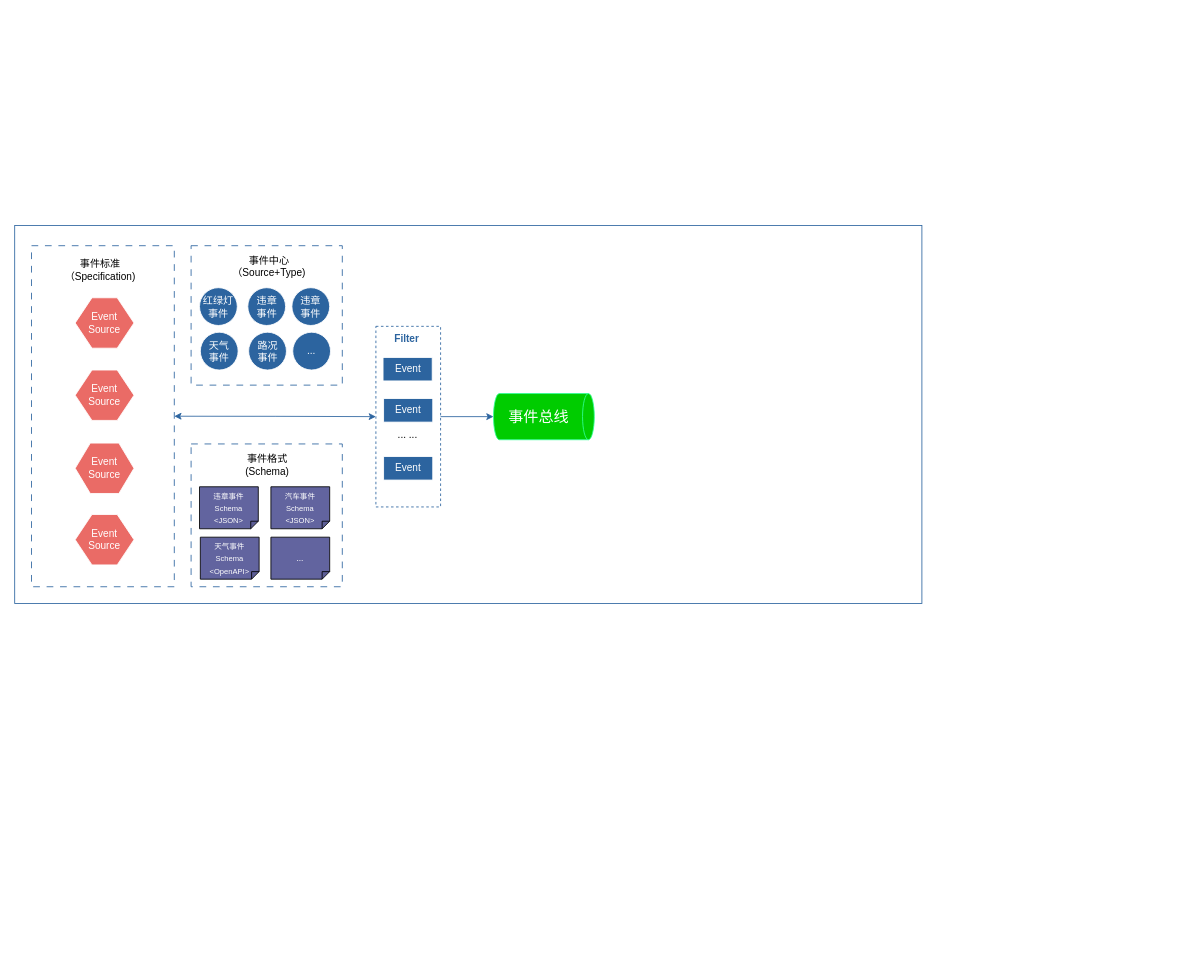
Above: 事件中心SDK.drawio in qiangyin/zipkin-server (draw.io), before the change. Source tidied: cells renumbered, new cells numbered last; positions are measured from the earlier drawing's top-left corner, leaving out a move shared by most shapes. Both pictures are drawn from the tidied source at 84%, with x=0, y=0 at pixel (14, 225).
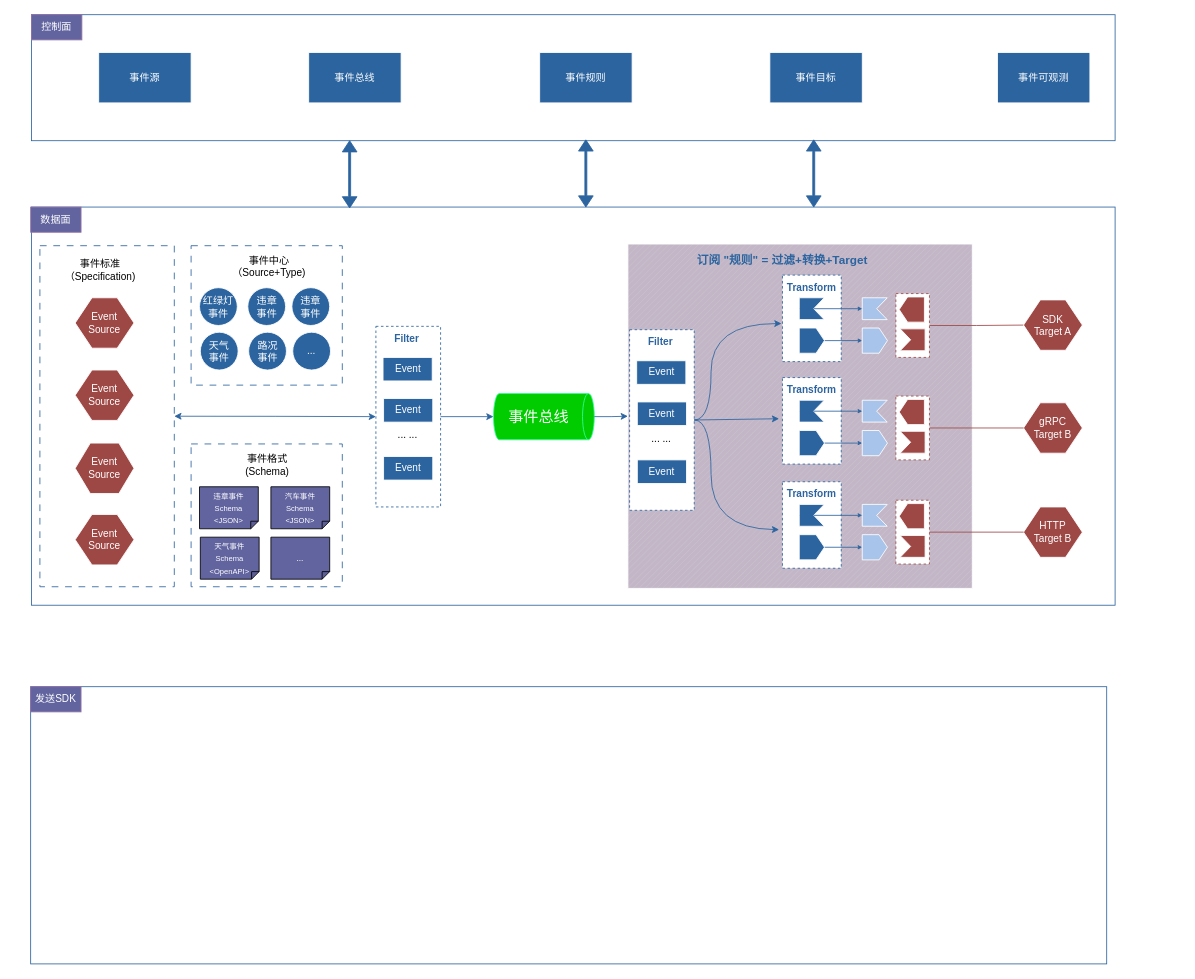
Above is the later version.

Commit message:
更新事件中心SDK.drawio

Unchanged cells that the change refers to:
```xml
<mxCell id="8" value="&lt;font style=&quot;font-size: 18px;&quot; color=&quot;#ffffff&quot;&gt;事件总线&lt;/font&gt;" style="shape=cylinder3;whiteSpace=wrap;html=1;boundedLbl=1;backgroundOutline=1;size=7;direction=south;fillColor=#00CC00;strokeColor=#33FF99;" parent="1" vertex="1">
  <mxGeometry x="570" y="200" width="120" height="55" as="geometry" />
</mxCell>
```

Diff of the diagram source:
```diff
@@
-    <mxCell id="2" style="rounded=0;whiteSpace=wrap;html=1;strokeColor=#2C649F;perimeterSpacing=0;strokeWidth=1;" parent="1" vertex="1">
-      <mxGeometry width="1080" height="450" as="geometry" />
-    </mxCell>
+    <mxCell id="32" style="rounded=0;whiteSpace=wrap;html=1;strokeColor=#2C649F;" parent="1" vertex="1">
+      <mxGeometry x="20" y="-22" width="1290" height="474" as="geometry" />
+    </mxCell>
+    <mxCell id="33" style="verticalLabelPosition=bottom;verticalAlign=top;html=1;shape=mxgraph.basic.patternFillRect;fillStyle=diag;step=5;fillStrokeWidth=0.2;fillStrokeColor=#dddddd;fillColor=#C3B7C7;strokeColor=#FFFFFF;" parent="1" vertex="1">
+      <mxGeometry x="730" y="22" width="410" height="410" as="geometry" />
+    </mxCell>
@@
     <mxCell id="4" style="rounded=0;whiteSpace=wrap;html=1;dashed=1;dashPattern=8 8;strokeColor=#2C649F;" parent="1" vertex="1">
-      <mxGeometry x="20" y="24" width="170" height="406" as="geometry" />
+      <mxGeometry x="30" y="24" width="160" height="406" as="geometry" />
     </mxCell>
-    <mxCell id="5" value="&lt;font color=&quot;#ffffff&quot;&gt;Event&lt;br&gt;Source&lt;/font&gt;" style="shape=hexagon;perimeter=hexagonPerimeter2;whiteSpace=wrap;html=1;fixedSize=1;fillColor=#EA6B66;strokeColor=#FFFFFF;" parent="1" vertex="1">
+    <mxCell id="5" value="&lt;font color=&quot;#ffffff&quot;&gt;Event&lt;br&gt;Source&lt;/font&gt;" style="shape=hexagon;perimeter=hexagonPerimeter2;whiteSpace=wrap;html=1;fixedSize=1;fillColor=#9E4846;strokeColor=#FFFFFF;" parent="1" vertex="1">
       <mxGeometry x="72" y="86" width="70" height="60" as="geometry" />
     </mxCell>
-    <mxCell id="6" value="&lt;font color=&quot;#ffffff&quot;&gt;Event&lt;br&gt;Source&lt;/font&gt;" style="shape=hexagon;perimeter=hexagonPerimeter2;whiteSpace=wrap;html=1;fixedSize=1;fillColor=#EA6B66;strokeColor=#FFFFFF;" parent="1" vertex="1">
+    <mxCell id="6" value="&lt;font color=&quot;#ffffff&quot;&gt;Event&lt;br&gt;Source&lt;/font&gt;" style="shape=hexagon;perimeter=hexagonPerimeter2;whiteSpace=wrap;html=1;fixedSize=1;fillColor=#9E4846;strokeColor=#FFFFFF;" parent="1" vertex="1">
       <mxGeometry x="72" y="172" width="70" height="60" as="geometry" />
     </mxCell>
-    <mxCell id="7" value="&lt;font color=&quot;#ffffff&quot;&gt;Event&lt;br&gt;Source&lt;/font&gt;" style="shape=hexagon;perimeter=hexagonPerimeter2;whiteSpace=wrap;html=1;fixedSize=1;fillColor=#EA6B66;strokeColor=#FFFFFF;" parent="1" vertex="1">
+    <mxCell id="7" value="&lt;font color=&quot;#ffffff&quot;&gt;Event&lt;br&gt;Source&lt;/font&gt;" style="shape=hexagon;perimeter=hexagonPerimeter2;whiteSpace=wrap;html=1;fixedSize=1;fillColor=#9E4846;strokeColor=#FFFFFF;" parent="1" vertex="1">
       <mxGeometry x="72" y="344" width="70" height="60" as="geometry" />
     </mxCell>
@@
-    <mxCell id="30" value="&lt;font color=&quot;#ffffff&quot;&gt;Event&lt;br&gt;Source&lt;/font&gt;" style="shape=hexagon;perimeter=hexagonPerimeter2;whiteSpace=wrap;html=1;fixedSize=1;fillColor=#EA6B66;strokeColor=#FFFFFF;size=18;" parent="1" vertex="1">
+    <mxCell id="30" value="&lt;font color=&quot;#ffffff&quot;&gt;Event&lt;br&gt;Source&lt;/font&gt;" style="shape=hexagon;perimeter=hexagonPerimeter2;whiteSpace=wrap;html=1;fixedSize=1;fillColor=#9E4846;strokeColor=#FFFFFF;size=18;" parent="1" vertex="1">
       <mxGeometry x="72" y="259" width="70" height="60" as="geometry" />
     </mxCell>
@@
+    <mxCell id="34" style="rounded=0;whiteSpace=wrap;html=1;dashed=1;strokeColor=#2C649F;" parent="1" vertex="1">
+      <mxGeometry x="732" y="124" width="77" height="215" as="geometry" />
+    </mxCell>
+    <mxCell id="35" value="&lt;font color=&quot;#ffffff&quot;&gt;Event&lt;/font&gt;" style="rounded=0;whiteSpace=wrap;html=1;fillColor=#2C649F;strokeColor=#FFFFFF;" parent="1" vertex="1">
+      <mxGeometry x="740.5" y="161" width="58.5" height="28" as="geometry" />
+    </mxCell>
+    <mxCell id="36" value="&lt;font color=&quot;#ffffff&quot;&gt;Event&lt;/font&gt;" style="rounded=0;whiteSpace=wrap;html=1;fillColor=#2C649F;strokeColor=#FFFFFF;" parent="1" vertex="1">
+      <mxGeometry x="741.2" y="210" width="58.5" height="28" as="geometry" />
+    </mxCell>
+    <mxCell id="37" value="&lt;font color=&quot;#ffffff&quot;&gt;Event&lt;/font&gt;" style="rounded=0;whiteSpace=wrap;html=1;fillColor=#2C649F;strokeColor=#FFFFFF;" parent="1" vertex="1">
+      <mxGeometry x="741.2" y="279" width="58.5" height="28" as="geometry" />
+    </mxCell>
+    <mxCell id="38" value="... ..." style="text;html=1;align=center;verticalAlign=middle;whiteSpace=wrap;rounded=0;" parent="1" vertex="1">
+      <mxGeometry x="740" y="239" width="60" height="30" as="geometry" />
+    </mxCell>
+    <mxCell id="39" value="&lt;font color=&quot;#2c649f&quot;&gt;&lt;b&gt;Filter&lt;/b&gt;&lt;/font&gt;" style="text;html=1;align=center;verticalAlign=middle;whiteSpace=wrap;rounded=0;" parent="1" vertex="1">
+      <mxGeometry x="739" y="124" width="60" height="30" as="geometry" />
+    </mxCell>
+    <mxCell id="40" style="rounded=0;whiteSpace=wrap;html=1;dashed=1;strokeColor=#2C649F;" parent="1" vertex="1">
+      <mxGeometry x="914" y="59" width="70" height="103" as="geometry" />
+    </mxCell>
+    <mxCell id="41" value="&lt;font color=&quot;#2c649f&quot;&gt;&lt;b&gt;Transform&lt;/b&gt;&lt;/font&gt;" style="text;html=1;align=center;verticalAlign=middle;whiteSpace=wrap;rounded=0;" parent="1" vertex="1">
+      <mxGeometry x="919" y="59" width="60" height="30" as="geometry" />
+    </mxCell>
+    <mxCell id="42" style="edgeStyle=orthogonalEdgeStyle;rounded=0;jettySize=auto;html=1;exitX=0.5;exitY=1;exitDx=0;exitDy=0;entryX=0.5;entryY=0;entryDx=0;entryDy=0;strokeColor=#2C649F;endSize=3;" parent="1" edge="1" source="43" target="45">
+      <mxGeometry relative="1" as="geometry" />
+    </mxCell>
+    <mxCell id="43" style="shape=offPageConnector;whiteSpace=wrap;html=1;direction=north;size=0.3333333333333333;fillColor=#2C649F;strokeColor=#FFFFFF;" parent="1" vertex="1">
+      <mxGeometry x="934" y="122" width="30" height="30" as="geometry" />
+    </mxCell>
+    <mxCell id="44" style="html=1;shadow=0;dashed=0;align=center;verticalAlign=middle;shape=mxgraph.arrows2.arrow;dy=0;dx=0;notch=12.55;direction=west;fillColor=#2C649F;strokeColor=#FFFFFF;" parent="1" vertex="1">
+      <mxGeometry x="934" y="86" width="29.7" height="26" as="geometry" />
+    </mxCell>
+    <mxCell id="45" style="shape=offPageConnector;whiteSpace=wrap;html=1;direction=north;size=0.3333333333333333;fillColor=#A9C4EB;strokeColor=#FFFFFF;" parent="1" vertex="1">
+      <mxGeometry x="1009" y="122" width="30" height="30" as="geometry" />
+    </mxCell>
+    <mxCell id="46" style="html=1;shadow=0;dashed=0;align=center;verticalAlign=middle;shape=mxgraph.arrows2.arrow;dy=0;dx=0;notch=12.55;direction=west;fillColor=#A9C4EB;strokeColor=#FFFFFF;" parent="1" vertex="1">
+      <mxGeometry x="1009" y="86" width="29.7" height="26" as="geometry" />
+    </mxCell>
+    <mxCell id="47" style="edgeStyle=orthogonalEdgeStyle;rounded=0;jettySize=auto;html=1;exitX=1;exitY=0.5;exitDx=0;exitDy=0;entryX=0;entryY=0.5;entryDx=0;entryDy=0;endArrow=none;endFill=0;strokeColor=#9E4846;" parent="1" edge="1" source="48" target="51">
+      <mxGeometry relative="1" as="geometry" />
+    </mxCell>
+    <mxCell id="48" style="rounded=0;whiteSpace=wrap;html=1;dashed=1;strokeColor=#9E4846;" parent="1" vertex="1">
+      <mxGeometry x="1049" y="81" width="40" height="76" as="geometry" />
+    </mxCell>
+    <mxCell id="49" style="shape=offPageConnector;whiteSpace=wrap;html=1;direction=south;size=0.3333333333333333;fillColor=#9E4846;strokeColor=#FFFFFF;" parent="1" vertex="1">
+      <mxGeometry x="1053" y="85" width="30" height="30" as="geometry" />
+    </mxCell>
+    <mxCell id="50" style="html=1;shadow=0;dashed=0;align=center;verticalAlign=middle;shape=mxgraph.arrows2.arrow;dy=0;dx=0;notch=12.55;direction=east;fillColor=#9E4846;strokeColor=#FFFFFF;" parent="1" vertex="1">
+      <mxGeometry x="1054.1" y="123" width="29.7" height="26" as="geometry" />
+    </mxCell>
+    <mxCell id="51" value="&lt;font color=&quot;#ffffff&quot;&gt;SDK&lt;/font&gt;&lt;div&gt;&lt;font color=&quot;#ffffff&quot;&gt;Target A&lt;/font&gt;&lt;/div&gt;" style="shape=hexagon;perimeter=hexagonPerimeter2;whiteSpace=wrap;html=1;fixedSize=1;fillColor=#9E4846;strokeColor=#FFFFFF;" parent="1" vertex="1">
+      <mxGeometry x="1201" y="88.5" width="70" height="60" as="geometry" />
+    </mxCell>
+    <mxCell id="52" value="&lt;font color=&quot;#ffffff&quot;&gt;gRPC&lt;br&gt;Target B&lt;/font&gt;" style="shape=hexagon;perimeter=hexagonPerimeter2;whiteSpace=wrap;html=1;fixedSize=1;fillColor=#9E4846;strokeColor=#FFFFFF;" parent="1" vertex="1">
+      <mxGeometry x="1201" y="211" width="70" height="60" as="geometry" />
+    </mxCell>
+    <mxCell id="53" value="&lt;font color=&quot;#ffffff&quot;&gt;HTTP&lt;br&gt;Target B&lt;/font&gt;" style="shape=hexagon;perimeter=hexagonPerimeter2;whiteSpace=wrap;html=1;fixedSize=1;fillColor=#9E4846;strokeColor=#FFFFFF;" parent="1" vertex="1">
+      <mxGeometry x="1201" y="335" width="70" height="60" as="geometry" />
+    </mxCell>
+    <mxCell id="54" style="edgeStyle=orthogonalEdgeStyle;rounded=0;jettySize=auto;html=1;exitX=0;exitY=0.5;exitDx=12.55;exitDy=0;exitPerimeter=0;entryX=1;entryY=0.5;entryDx=0;entryDy=0;entryPerimeter=0;strokeColor=#2C649F;endSize=3;" parent="1" edge="1" source="44" target="46">
+      <mxGeometry relative="1" as="geometry" />
+    </mxCell>
+    <mxCell id="55" style="rounded=0;whiteSpace=wrap;html=1;dashed=1;strokeColor=#2C649F;" parent="1" vertex="1">
+      <mxGeometry x="914" y="181" width="70" height="103" as="geometry" />
+    </mxCell>
+    <mxCell id="56" value="&lt;font color=&quot;#2c649f&quot;&gt;&lt;b&gt;Transform&lt;/b&gt;&lt;/font&gt;" style="text;html=1;align=center;verticalAlign=middle;whiteSpace=wrap;rounded=0;" parent="1" vertex="1">
+      <mxGeometry x="919" y="181" width="60" height="30" as="geometry" />
+    </mxCell>
+    <mxCell id="57" style="edgeStyle=orthogonalEdgeStyle;rounded=0;jettySize=auto;html=1;exitX=0.5;exitY=1;exitDx=0;exitDy=0;entryX=0.5;entryY=0;entryDx=0;entryDy=0;strokeColor=#2C649F;endSize=3;" parent="1" edge="1" source="58" target="60">
+      <mxGeometry relative="1" as="geometry" />
+    </mxCell>
+    <mxCell id="58" style="shape=offPageConnector;whiteSpace=wrap;html=1;direction=north;size=0.3333333333333333;fillColor=#2C649F;strokeColor=#FFFFFF;" parent="1" vertex="1">
+      <mxGeometry x="934" y="244" width="30" height="30" as="geometry" />
+    </mxCell>
+    <mxCell id="59" style="html=1;shadow=0;dashed=0;align=center;verticalAlign=middle;shape=mxgraph.arrows2.arrow;dy=0;dx=0;notch=12.55;direction=west;fillColor=#2C649F;strokeColor=#FFFFFF;" parent="1" vertex="1">
+      <mxGeometry x="934" y="208" width="29.7" height="26" as="geometry" />
+    </mxCell>
+    <mxCell id="60" style="shape=offPageConnector;whiteSpace=wrap;html=1;direction=north;size=0.3333333333333333;fillColor=#A9C4EB;strokeColor=#FFFFFF;" parent="1" vertex="1">
+      <mxGeometry x="1009" y="244" width="30" height="30" as="geometry" />
+    </mxCell>
+    <mxCell id="61" style="html=1;shadow=0;dashed=0;align=center;verticalAlign=middle;shape=mxgraph.arrows2.arrow;dy=0;dx=0;notch=12.55;direction=west;fillColor=#A9C4EB;strokeColor=#FFFFFF;" parent="1" vertex="1">
+      <mxGeometry x="1009" y="208" width="29.7" height="26" as="geometry" />
+    </mxCell>
+    <mxCell id="62" style="edgeStyle=orthogonalEdgeStyle;rounded=0;jettySize=auto;html=1;exitX=1;exitY=0.5;exitDx=0;exitDy=0;entryX=0;entryY=0.5;entryDx=0;entryDy=0;endArrow=none;endFill=0;strokeColor=#9E4846;" parent="1" edge="1" source="63" target="52">
+      <mxGeometry relative="1" as="geometry" />
+    </mxCell>
+    <mxCell id="63" style="rounded=0;whiteSpace=wrap;html=1;dashed=1;strokeColor=#9E4846;" parent="1" vertex="1">
+      <mxGeometry x="1049" y="203" width="40" height="76" as="geometry" />
+    </mxCell>
+    <mxCell id="64" style="shape=offPageConnector;whiteSpace=wrap;html=1;direction=south;size=0.3333333333333333;fillColor=#9E4846;strokeColor=#FFFFFF;" parent="1" vertex="1">
+      <mxGeometry x="1053" y="207" width="30" height="30" as="geometry" />
+    </mxCell>
+    <mxCell id="65" style="html=1;shadow=0;dashed=0;align=center;verticalAlign=middle;shape=mxgraph.arrows2.arrow;dy=0;dx=0;notch=12.55;direction=east;fillColor=#9E4846;strokeColor=#FFFFFF;" parent="1" vertex="1">
+      <mxGeometry x="1054.1" y="245" width="29.7" height="26" as="geometry" />
+    </mxCell>
+    <mxCell id="66" style="edgeStyle=orthogonalEdgeStyle;rounded=0;jettySize=auto;html=1;exitX=0;exitY=0.5;exitDx=12.55;exitDy=0;exitPerimeter=0;entryX=1;entryY=0.5;entryDx=0;entryDy=0;entryPerimeter=0;strokeColor=#2C649F;endSize=3;" parent="1" edge="1" source="59" target="61">
+      <mxGeometry relative="1" as="geometry" />
+    </mxCell>
+    <mxCell id="67" value="&lt;font style=&quot;font-size: 14px;&quot; color=&quot;#2c649f&quot;&gt;&lt;b&gt;订阅 &quot;规则&quot; = 过滤+转换+Target&lt;/b&gt;&lt;/font&gt;" style="text;html=1;align=center;verticalAlign=middle;whiteSpace=wrap;rounded=0;" parent="1" vertex="1">
+      <mxGeometry x="789" y="26" width="250" height="30" as="geometry" />
+    </mxCell>
+    <mxCell id="68" style="rounded=0;whiteSpace=wrap;html=1;dashed=1;strokeColor=#2C649F;" parent="1" vertex="1">
+      <mxGeometry x="914" y="305" width="70" height="103" as="geometry" />
+    </mxCell>
+    <mxCell id="69" value="&lt;font color=&quot;#2c649f&quot;&gt;&lt;b&gt;Transform&lt;/b&gt;&lt;/font&gt;" style="text;html=1;align=center;verticalAlign=middle;whiteSpace=wrap;rounded=0;" parent="1" vertex="1">
+      <mxGeometry x="919" y="305" width="60" height="30" as="geometry" />
+    </mxCell>
+    <mxCell id="70" style="edgeStyle=orthogonalEdgeStyle;rounded=0;jettySize=auto;html=1;exitX=0.5;exitY=1;exitDx=0;exitDy=0;entryX=0.5;entryY=0;entryDx=0;entryDy=0;strokeColor=#2C649F;endSize=3;" parent="1" edge="1" source="71" target="73">
+      <mxGeometry relative="1" as="geometry" />
+    </mxCell>
+    <mxCell id="71" style="shape=offPageConnector;whiteSpace=wrap;html=1;direction=north;size=0.3333333333333333;fillColor=#2C649F;strokeColor=#FFFFFF;" parent="1" vertex="1">
+      <mxGeometry x="934" y="368" width="30" height="30" as="geometry" />
+    </mxCell>
+    <mxCell id="72" style="html=1;shadow=0;dashed=0;align=center;verticalAlign=middle;shape=mxgraph.arrows2.arrow;dy=0;dx=0;notch=12.55;direction=west;fillColor=#2C649F;strokeColor=#FFFFFF;" parent="1" vertex="1">
+      <mxGeometry x="934" y="332" width="29.7" height="26" as="geometry" />
+    </mxCell>
+    <mxCell id="73" style="shape=offPageConnector;whiteSpace=wrap;html=1;direction=north;size=0.3333333333333333;fillColor=#A9C4EB;strokeColor=#FFFFFF;" parent="1" vertex="1">
+      <mxGeometry x="1009" y="368" width="30" height="30" as="geometry" />
+    </mxCell>
+    <mxCell id="74" style="html=1;shadow=0;dashed=0;align=center;verticalAlign=middle;shape=mxgraph.arrows2.arrow;dy=0;dx=0;notch=12.55;direction=west;fillColor=#A9C4EB;strokeColor=#FFFFFF;" parent="1" vertex="1">
+      <mxGeometry x="1009" y="332" width="29.7" height="26" as="geometry" />
+    </mxCell>
+    <mxCell id="75" style="edgeStyle=orthogonalEdgeStyle;rounded=0;jettySize=auto;html=1;exitX=1;exitY=0.5;exitDx=0;exitDy=0;entryX=0;entryY=0.5;entryDx=0;entryDy=0;endArrow=none;endFill=0;strokeColor=#9E4846;" parent="1" edge="1" source="76" target="53">
+      <mxGeometry relative="1" as="geometry" />
+    </mxCell>
+    <mxCell id="76" style="rounded=0;whiteSpace=wrap;html=1;dashed=1;strokeColor=#9E4846;" parent="1" vertex="1">
+      <mxGeometry x="1049" y="327" width="40" height="76" as="geometry" />
+    </mxCell>
+    <mxCell id="77" style="shape=offPageConnector;whiteSpace=wrap;html=1;direction=south;size=0.3333333333333333;fillColor=#9E4846;strokeColor=#FFFFFF;" parent="1" vertex="1">
+      <mxGeometry x="1053" y="331" width="30" height="30" as="geometry" />
+    </mxCell>
+    <mxCell id="78" style="html=1;shadow=0;dashed=0;align=center;verticalAlign=middle;shape=mxgraph.arrows2.arrow;dy=0;dx=0;notch=12.55;direction=east;fillColor=#9E4846;strokeColor=#FFFFFF;" parent="1" vertex="1">
+      <mxGeometry x="1054.1" y="369" width="29.7" height="26" as="geometry" />
+    </mxCell>
+    <mxCell id="79" style="edgeStyle=orthogonalEdgeStyle;rounded=0;jettySize=auto;html=1;exitX=0;exitY=0.5;exitDx=12.55;exitDy=0;exitPerimeter=0;entryX=1;entryY=0.5;entryDx=0;entryDy=0;entryPerimeter=0;strokeColor=#2C649F;endSize=3;" parent="1" edge="1" source="72" target="74">
+      <mxGeometry relative="1" as="geometry" />
+    </mxCell>
+    <mxCell id="80" style="rounded=0;whiteSpace=wrap;html=1;strokeColor=#2C649F;" parent="1" vertex="1">
+      <mxGeometry x="20" y="-251" width="1290" height="150" as="geometry" />
+    </mxCell>
+    <mxCell id="81" style="edgeStyle=orthogonalEdgeStyle;rounded=0;jettySize=auto;html=1;exitX=0.5;exitY=0;exitDx=0;exitDy=0;exitPerimeter=0;entryX=0;entryY=0.5;entryDx=0;entryDy=0;entryPerimeter=0;strokeColor=#2C649F;" parent="1" edge="1" source="8" target="33">
+      <mxGeometry relative="1" as="geometry" />
+    </mxCell>
+    <mxCell id="82" style="edgeStyle=orthogonalEdgeStyle;rounded=0;jettySize=auto;html=1;exitX=1;exitY=0.5;exitDx=0;exitDy=0;entryX=0.446;entryY=0.231;entryDx=0;entryDy=0;entryPerimeter=0;curved=1;strokeColor=#2C649F;" parent="1" edge="1" source="34" target="33">
+      <mxGeometry relative="1" as="geometry">
+        <Array as="points">
+          <mxPoint x="829" y="231" />
+          <mxPoint x="829" y="117" />
+        </Array>
+      </mxGeometry>
+    </mxCell>
+    <mxCell id="83" style="edgeStyle=orthogonalEdgeStyle;rounded=0;jettySize=auto;html=1;exitX=1;exitY=0.5;exitDx=0;exitDy=0;curved=1;strokeColor=#2C649F;" parent="1" edge="1" source="34">
+      <mxGeometry relative="1" as="geometry">
+        <mxPoint x="910" y="362" as="targetPoint" />
+        <Array as="points">
+          <mxPoint x="829" y="231" />
+          <mxPoint x="829" y="361" />
+          <mxPoint x="910" y="361" />
+        </Array>
+      </mxGeometry>
+    </mxCell>
+    <mxCell id="84" style="edgeStyle=none;rounded=0;jettySize=auto;html=1;exitX=1;exitY=0.5;exitDx=0;exitDy=0;strokeColor=#2C649F;" parent="1" edge="1" source="34">
+      <mxGeometry relative="1" as="geometry">
+        <mxPoint x="910" y="230" as="targetPoint" />
+      </mxGeometry>
+    </mxCell>
+    <mxCell id="85" value="&lt;font color=&quot;#ffffff&quot;&gt;事件源&lt;/font&gt;" style="rounded=0;whiteSpace=wrap;html=1;fillColor=#2C649F;strokeColor=#FFFFFF;" parent="1" vertex="1">
+      <mxGeometry x="100" y="-206" width="110" height="60" as="geometry" />
+    </mxCell>
+    <mxCell id="86" value="&lt;font color=&quot;#ffffff&quot;&gt;事件总线&lt;/font&gt;" style="rounded=0;whiteSpace=wrap;html=1;fillColor=#2C649F;strokeColor=#FFFFFF;" parent="1" vertex="1">
+      <mxGeometry x="350" y="-206" width="110" height="60" as="geometry" />
+    </mxCell>
+    <mxCell id="87" value="&lt;font color=&quot;#ffffff&quot;&gt;事件规则&lt;/font&gt;" style="rounded=0;whiteSpace=wrap;html=1;fillColor=#2C649F;strokeColor=#FFFFFF;" parent="1" vertex="1">
+      <mxGeometry x="625" y="-206" width="110" height="60" as="geometry" />
+    </mxCell>
+    <mxCell id="88" value="&lt;font color=&quot;#ffffff&quot;&gt;事件目标&lt;/font&gt;" style="rounded=0;whiteSpace=wrap;html=1;fillColor=#2C649F;strokeColor=#FFFFFF;" parent="1" vertex="1">
+      <mxGeometry x="899" y="-206" width="110" height="60" as="geometry" />
+    </mxCell>
+    <mxCell id="89" style="edgeStyle=none;rounded=0;orthogonalLoop=1;jettySize=auto;html=1;exitX=1;exitY=0.5;exitDx=0;exitDy=0;" parent="1" edge="1">
+      <mxGeometry relative="1" as="geometry">
+        <mxPoint x="1380" y="172" as="sourcePoint" />
+        <mxPoint x="1380" y="172" as="targetPoint" />
+      </mxGeometry>
+    </mxCell>
+    <mxCell id="90" value="&lt;font color=&quot;#ffffff&quot;&gt;控制面&lt;/font&gt;" style="text;html=1;align=center;verticalAlign=middle;whiteSpace=wrap;rounded=0;fillColor=#62649F;strokeColor=#9673a6;" parent="1" vertex="1">
+      <mxGeometry x="20" y="-251" width="60" height="30" as="geometry" />
+    </mxCell>
+    <mxCell id="91" value="&lt;font color=&quot;#ffffff&quot;&gt;事件可观测&lt;/font&gt;" style="rounded=0;whiteSpace=wrap;html=1;fillColor=#2C649F;strokeColor=#FFFFFF;" parent="1" vertex="1">
+      <mxGeometry x="1170" y="-206" width="110" height="60" as="geometry" />
+    </mxCell>
+    <mxCell id="92" value="&lt;font color=&quot;#ffffff&quot;&gt;数据面&lt;/font&gt;" style="text;html=1;align=center;verticalAlign=middle;whiteSpace=wrap;rounded=0;fillColor=#62649F;strokeColor=#9673a6;" parent="1" vertex="1">
+      <mxGeometry x="19" y="-22" width="60" height="30" as="geometry" />
+    </mxCell>
+    <mxCell id="93" style="shape=doubleArrow;whiteSpace=wrap;html=1;direction=south;arrowWidth=0.13333333333333713;arrowSize=0.16666666666666713;strokeColor=#2C649F;fillColor=#2C649F;" parent="1" vertex="1">
+      <mxGeometry x="942.5" y="-102" width="17.5" height="80" as="geometry" />
+    </mxCell>
+    <mxCell id="94" style="shape=doubleArrow;whiteSpace=wrap;html=1;direction=south;arrowWidth=0.13333333333333713;arrowSize=0.16666666666666713;strokeColor=#2C649F;fillColor=#2C649F;" parent="1" vertex="1">
+      <mxGeometry x="671.2" y="-102" width="17.5" height="80" as="geometry" />
+    </mxCell>
+    <mxCell id="95" style="shape=doubleArrow;whiteSpace=wrap;html=1;direction=south;arrowWidth=0.13333333333333713;arrowSize=0.16666666666666713;strokeColor=#2C649F;fillColor=#2C649F;" parent="1" vertex="1">
+      <mxGeometry x="390" y="-101" width="17.5" height="80" as="geometry" />
+    </mxCell>
+    <mxCell id="96" style="rounded=0;whiteSpace=wrap;html=1;strokeColor=#2C649F;" parent="1" vertex="1">
+      <mxGeometry x="19" y="549" width="1281" height="330" as="geometry" />
+    </mxCell>
+    <mxCell id="97" value="&lt;font color=&quot;#ffffff&quot;&gt;发送SDK&lt;/font&gt;" style="text;html=1;align=center;verticalAlign=middle;whiteSpace=wrap;rounded=0;fillColor=#62649F;strokeColor=#9673a6;" parent="1" vertex="1">
+      <mxGeometry x="19" y="549" width="60" height="30" as="geometry" />
+    </mxCell>
```
